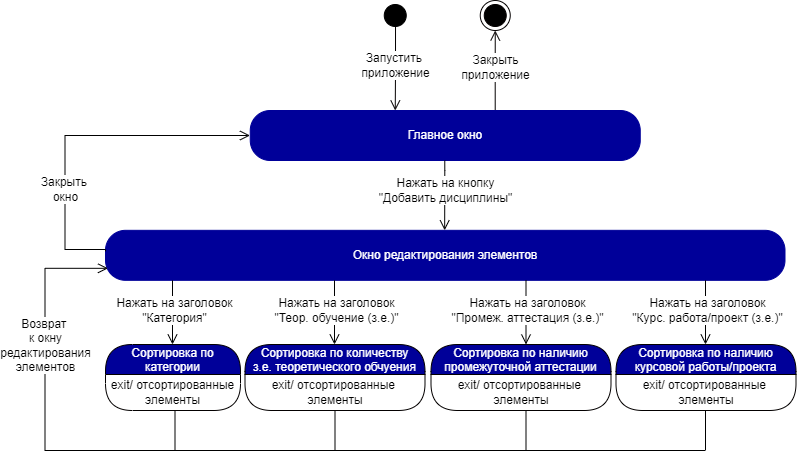
Earlier version of the draw.io export SM_Bloks/Edit_element/Sort/State_machine_edit_element_sort_2.drawio.png (iCosmos76/Curriculum-Designer). Source tidied: cells renumbered, new cells last; positions are measured from the earlier drawing's top-left corner, leaving out a move shared by most shapes. Source of this version:
```xml
<mxGraphModel>
  <root>
    <mxCell id="0" />
    <mxCell id="1" parent="0" />
    <mxCell id="2" style="ellipse;html=1;shape=startState;fillColor=#000000;strokeColor=#000000;fontColor=#000099;" parent="1" vertex="1">
      <mxGeometry x="334.8" width="30" height="30" as="geometry" />
    </mxCell>
    <mxCell id="3" value="&lt;font style=&quot;font-size: 12px&quot;&gt;Запустить &lt;br&gt;приложение&lt;/font&gt;" style="edgeStyle=orthogonalEdgeStyle;html=1;verticalAlign=bottom;endArrow=open;endSize=8;strokeColor=#030000;rounded=0;exitX=0.509;exitY=0.876;exitDx=0;exitDy=0;exitPerimeter=0;spacingBottom=-14;fontSize=10;" parent="1" edge="1" source="2">
      <mxGeometry relative="1" as="geometry">
        <mxPoint x="349.8" y="110" as="targetPoint" />
      </mxGeometry>
    </mxCell>
    <mxCell id="4" value="&lt;font style=&quot;font-size: 12px&quot;&gt;Закрыть&lt;br&gt;приложение&lt;/font&gt;" style="edgeStyle=orthogonalEdgeStyle;html=1;verticalAlign=bottom;endArrow=open;endSize=8;strokeColor=#030000;rounded=0;spacingBottom=-14;fontSize=10;entryX=0.5;entryY=1;entryDx=0;entryDy=0;exitX=0.781;exitY=0;exitDx=0;exitDy=0;exitPerimeter=0;" parent="1" edge="1" target="5">
      <mxGeometry relative="1" as="geometry">
        <mxPoint x="449.7" y="110" as="sourcePoint" />
        <Array as="points">
          <mxPoint x="449.8" y="70" />
          <mxPoint x="449.8" y="70" />
        </Array>
      </mxGeometry>
    </mxCell>
    <mxCell id="5" style="ellipse;html=1;shape=endState;fillColor=#000000;strokeColor=#030000;" parent="1" vertex="1">
      <mxGeometry x="434.8" width="30" height="30" as="geometry" />
    </mxCell>
    <mxCell id="6" value="Главное окно" style="rounded=1;whiteSpace=wrap;html=1;arcSize=40;fontColor=#FFFFFF;fillColor=#000099;strokeColor=#000099;" parent="1" vertex="1">
      <mxGeometry x="204.8" y="110" width="390" height="50" as="geometry" />
    </mxCell>
    <mxCell id="7" style="edgeStyle=orthogonalEdgeStyle;html=1;verticalAlign=bottom;endArrow=open;endSize=8;strokeColor=#000000;rounded=0;fontSize=10;exitX=0.097;exitY=1.006;exitDx=0;exitDy=0;exitPerimeter=0;entryX=0.154;entryY=0;entryDx=0;entryDy=0;entryPerimeter=0;" parent="1" edge="1">
      <mxGeometry relative="1" as="geometry">
        <mxPoint x="399.3" y="160.1" as="sourcePoint" />
        <mxPoint x="399.2" y="229.8" as="targetPoint" />
        <Array as="points">
          <mxPoint x="399.1" y="169.8" />
        </Array>
      </mxGeometry>
    </mxCell>
    <mxCell id="8" value="Нажать на кнопку&lt;br&gt;&quot;Добавить дисциплины&quot;" style="edgeLabel;html=1;align=center;verticalAlign=middle;fontSize=12;" parent="7" vertex="1">
      <mxGeometry x="-0.25" y="2" relative="1" as="geometry">
        <mxPoint x="-2" y="3" as="offset" />
      </mxGeometry>
    </mxCell>
    <mxCell id="9" value="Окно редактирования элементов" style="rounded=1;whiteSpace=wrap;html=1;arcSize=40;fontColor=#FFFFFF;fillColor=#000099;strokeColor=#000099;" parent="1" vertex="1">
      <mxGeometry x="60" y="229.8" width="679.5" height="50" as="geometry" />
    </mxCell>
    <mxCell id="10" style="edgeStyle=orthogonalEdgeStyle;html=1;verticalAlign=bottom;endArrow=open;endSize=8;strokeColor=#000000;rounded=0;fontSize=10;exitX=0.5;exitY=1;exitDx=0;exitDy=0;" parent="1" edge="1">
      <mxGeometry relative="1" as="geometry">
        <mxPoint x="145" y="410" as="sourcePoint" />
        <mxPoint x="62.5" y="267.8" as="targetPoint" />
        <Array as="points">
          <mxPoint x="129.5" y="410" />
          <mxPoint x="129.5" y="450" />
          <mxPoint x="-0.5" y="450" />
          <mxPoint x="-0.5" y="268" />
        </Array>
      </mxGeometry>
    </mxCell>
    <mxCell id="11" value="Возврат &lt;br&gt;к окну&lt;br&gt;редактирования&lt;br&gt;элементов" style="edgeLabel;html=1;align=center;verticalAlign=middle;fontSize=12;" parent="10" vertex="1">
      <mxGeometry x="-0.25" y="2" relative="1" as="geometry">
        <mxPoint x="-25" y="-108" as="offset" />
      </mxGeometry>
    </mxCell>
    <mxCell id="12" style="edgeStyle=orthogonalEdgeStyle;html=1;verticalAlign=bottom;endArrow=open;endSize=8;strokeColor=#000000;rounded=0;fontSize=10;exitX=0;exitY=0.42;exitDx=0;exitDy=0;exitPerimeter=0;" parent="1" edge="1" source="9">
      <mxGeometry relative="1" as="geometry">
        <mxPoint x="204.5" y="135" as="targetPoint" />
        <Array as="points">
          <mxPoint x="60.5" y="249" />
          <mxPoint x="19.5" y="249" />
          <mxPoint x="19.5" y="135" />
          <mxPoint x="204.5" y="135" />
        </Array>
      </mxGeometry>
    </mxCell>
    <mxCell id="13" value="Закрыть &lt;br&gt;окно" style="edgeLabel;html=1;align=center;verticalAlign=middle;fontSize=12;" parent="12" vertex="1">
      <mxGeometry x="-0.36" y="-2" relative="1" as="geometry">
        <mxPoint x="-2" y="6" as="offset" />
      </mxGeometry>
    </mxCell>
    <mxCell id="14" style="endArrow=none;html=1;rounded=0;" parent="1" edge="1">
      <mxGeometry relative="1" as="geometry">
        <mxPoint x="89.5" y="450" as="sourcePoint" />
        <mxPoint x="659.5" y="450" as="targetPoint" />
      </mxGeometry>
    </mxCell>
    <mxCell id="15" style="endArrow=none;html=1;rounded=0;entryX=0.5;entryY=1;entryDx=0;entryDy=0;" parent="1" edge="1" target="22">
      <mxGeometry relative="1" as="geometry">
        <mxPoint x="289.5" y="450" as="sourcePoint" />
      </mxGeometry>
    </mxCell>
    <mxCell id="16" style="endArrow=none;html=1;rounded=0;entryX=0.5;entryY=1;entryDx=0;entryDy=0;" parent="1" edge="1">
      <mxGeometry relative="1" as="geometry">
        <mxPoint x="480.5" y="450" as="sourcePoint" />
        <mxPoint x="480.5" y="410" as="targetPoint" />
      </mxGeometry>
    </mxCell>
    <mxCell id="17" value="Сортировка по &#10;категории" style="swimlane;fontStyle=0;align=center;verticalAlign=middle;horizontal=1;startSize=30;fontColor=#FFFFFF;rounded=1;arcSize=30;strokeColor=#030000;fillColor=#000099;swimlaneFillColor=#FFFFFF;fontSize=12;" parent="1" vertex="1">
      <mxGeometry x="60" y="344" width="135" height="66" as="geometry" />
    </mxCell>
    <mxCell id="18" value="exit/ отсортированные &lt;br&gt;элементы" style="text;html=1;strokeColor=none;fillColor=none;align=center;verticalAlign=middle;spacingLeft=4;spacingRight=4;whiteSpace=wrap;overflow=hidden;fontColor=#000000;fontSize=12;" parent="17" vertex="1">
      <mxGeometry y="30" width="135" height="36" as="geometry" />
    </mxCell>
    <mxCell id="19" style="edgeStyle=orthogonalEdgeStyle;html=1;verticalAlign=bottom;endArrow=open;endSize=8;strokeColor=#000000;rounded=0;fontSize=10;exitX=0.477;exitY=1.04;exitDx=0;exitDy=0;exitPerimeter=0;" parent="1" edge="1">
      <mxGeometry relative="1" as="geometry">
        <mxPoint x="127" y="279.8" as="sourcePoint" />
        <mxPoint x="127" y="344" as="targetPoint" />
        <Array as="points">
          <mxPoint x="126.8" y="343.8" />
        </Array>
      </mxGeometry>
    </mxCell>
    <mxCell id="20" value="Нажать на заголовок&lt;br&gt;&quot;Категория&quot;" style="edgeLabel;html=1;align=center;verticalAlign=middle;fontSize=12;" parent="19" vertex="1">
      <mxGeometry x="-0.25" y="2" relative="1" as="geometry">
        <mxPoint x="-1" y="6" as="offset" />
      </mxGeometry>
    </mxCell>
    <mxCell id="21" value="Сортировка по количеству &#10;з.е. теоретического обчуения" style="swimlane;fontStyle=0;align=center;verticalAlign=middle;horizontal=1;startSize=30;fontColor=#FFFFFF;rounded=1;arcSize=30;strokeColor=#030000;fillColor=#000099;swimlaneFillColor=#FFFFFF;fontSize=12;" parent="1" vertex="1">
      <mxGeometry x="199.5" y="344" width="180" height="66" as="geometry" />
    </mxCell>
    <mxCell id="22" value="exit/ отсортированные &lt;br&gt;элементы" style="text;html=1;strokeColor=none;fillColor=none;align=center;verticalAlign=middle;spacingLeft=4;spacingRight=4;whiteSpace=wrap;overflow=hidden;fontColor=#000000;fontSize=12;" parent="21" vertex="1">
      <mxGeometry y="30" width="180" height="36" as="geometry" />
    </mxCell>
    <mxCell id="23" style="edgeStyle=orthogonalEdgeStyle;html=1;verticalAlign=bottom;endArrow=open;endSize=8;strokeColor=#000000;rounded=0;fontSize=10;exitX=0.477;exitY=1.04;exitDx=0;exitDy=0;exitPerimeter=0;" parent="1" edge="1">
      <mxGeometry relative="1" as="geometry">
        <mxPoint x="289" y="279.8" as="sourcePoint" />
        <mxPoint x="289" y="344" as="targetPoint" />
        <Array as="points">
          <mxPoint x="288.8" y="343.8" />
        </Array>
      </mxGeometry>
    </mxCell>
    <mxCell id="24" value="Нажать на заголовок&lt;br&gt;&quot;Теор. обучение (з.е.)&quot;" style="edgeLabel;html=1;align=center;verticalAlign=middle;fontSize=12;" parent="23" vertex="1">
      <mxGeometry x="-0.25" y="2" relative="1" as="geometry">
        <mxPoint x="-1" y="6" as="offset" />
      </mxGeometry>
    </mxCell>
    <mxCell id="25" value="Сортировка по наличию &#10;промежуточной аттестации" style="swimlane;fontStyle=0;align=center;verticalAlign=middle;horizontal=1;startSize=30;fontColor=#FFFFFF;rounded=1;arcSize=30;strokeColor=#030000;fillColor=#000099;swimlaneFillColor=#FFFFFF;fontSize=12;" parent="1" vertex="1">
      <mxGeometry x="385.5" y="344" width="180" height="66" as="geometry" />
    </mxCell>
    <mxCell id="26" value="exit/ отсортированные &lt;br&gt;элементы" style="text;html=1;strokeColor=none;fillColor=none;align=center;verticalAlign=middle;spacingLeft=4;spacingRight=4;whiteSpace=wrap;overflow=hidden;fontColor=#000000;fontSize=12;" parent="25" vertex="1">
      <mxGeometry y="30" width="180" height="36" as="geometry" />
    </mxCell>
    <mxCell id="27" style="edgeStyle=orthogonalEdgeStyle;html=1;verticalAlign=bottom;endArrow=open;endSize=8;strokeColor=#000000;rounded=0;fontSize=10;exitX=0.477;exitY=1.04;exitDx=0;exitDy=0;exitPerimeter=0;" parent="1" edge="1">
      <mxGeometry relative="1" as="geometry">
        <mxPoint x="480.5" y="279.8" as="sourcePoint" />
        <mxPoint x="480.5" y="344" as="targetPoint" />
        <Array as="points">
          <mxPoint x="480.3" y="343.8" />
        </Array>
      </mxGeometry>
    </mxCell>
    <mxCell id="28" value="Нажать на заголовок&lt;br&gt;&quot;Промеж. аттестация (з.е.)&quot;" style="edgeLabel;html=1;align=center;verticalAlign=middle;fontSize=12;" parent="27" vertex="1">
      <mxGeometry x="-0.25" y="2" relative="1" as="geometry">
        <mxPoint x="-1" y="6" as="offset" />
      </mxGeometry>
    </mxCell>
    <mxCell id="29" value="Сортировка по наличию &#10;курсовой работы/проекта" style="swimlane;fontStyle=0;align=center;verticalAlign=middle;horizontal=1;startSize=30;fontColor=#FFFFFF;rounded=1;arcSize=30;strokeColor=#030000;fillColor=#000099;swimlaneFillColor=#FFFFFF;fontSize=12;" parent="1" vertex="1">
      <mxGeometry x="570.5" y="344" width="180" height="66" as="geometry" />
    </mxCell>
    <mxCell id="30" value="exit/ отсортированные &lt;br&gt;элементы" style="text;html=1;strokeColor=none;fillColor=none;align=center;verticalAlign=middle;spacingLeft=4;spacingRight=4;whiteSpace=wrap;overflow=hidden;fontColor=#000000;fontSize=12;" parent="29" vertex="1">
      <mxGeometry y="30" width="180" height="36" as="geometry" />
    </mxCell>
    <mxCell id="31" style="edgeStyle=orthogonalEdgeStyle;html=1;verticalAlign=bottom;endArrow=open;endSize=8;strokeColor=#000000;rounded=0;fontSize=10;exitX=0.477;exitY=1.04;exitDx=0;exitDy=0;exitPerimeter=0;" parent="1" edge="1">
      <mxGeometry relative="1" as="geometry">
        <mxPoint x="660" y="279.8" as="sourcePoint" />
        <mxPoint x="660" y="344" as="targetPoint" />
        <Array as="points">
          <mxPoint x="659.8" y="343.8" />
        </Array>
      </mxGeometry>
    </mxCell>
    <mxCell id="32" value="Нажать на заголовок&lt;br&gt;&quot;Курс. работа/проект (з.е.)&quot;" style="edgeLabel;html=1;align=center;verticalAlign=middle;fontSize=12;" parent="31" vertex="1">
      <mxGeometry x="-0.25" y="2" relative="1" as="geometry">
        <mxPoint x="-1" y="6" as="offset" />
      </mxGeometry>
    </mxCell>
    <mxCell id="33" style="endArrow=none;html=1;rounded=0;entryX=0.5;entryY=1;entryDx=0;entryDy=0;" parent="1" edge="1">
      <mxGeometry relative="1" as="geometry">
        <mxPoint x="660" y="450" as="sourcePoint" />
        <mxPoint x="660" y="410" as="targetPoint" />
      </mxGeometry>
    </mxCell>
  </root>
</mxGraphModel>
```
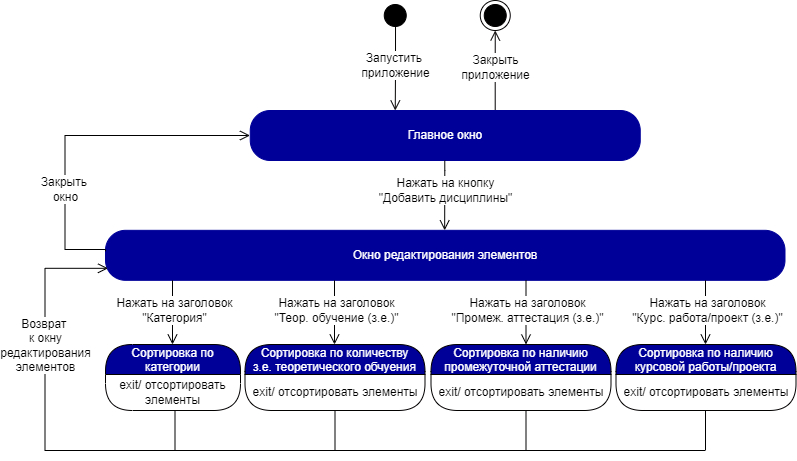
After the commit.

The edit, as a diff of the source:
```diff
@@ -95,7 +95,7 @@
     <mxCell id="17" value="Сортировка по &#10;категории" style="swimlane;fontStyle=0;align=center;verticalAlign=middle;horizontal=1;startSize=30;fontColor=#FFFFFF;rounded=1;arcSize=30;strokeColor=#030000;fillColor=#000099;swimlaneFillColor=#FFFFFF;fontSize=12;" parent="1" vertex="1">
       <mxGeometry x="60" y="344" width="135" height="66" as="geometry" />
     </mxCell>
-    <mxCell id="18" value="exit/ отсортированные &lt;br&gt;элементы" style="text;html=1;strokeColor=none;fillColor=none;align=center;verticalAlign=middle;spacingLeft=4;spacingRight=4;whiteSpace=wrap;overflow=hidden;fontColor=#000000;fontSize=12;" parent="17" vertex="1">
+    <mxCell id="18" value="exit/ отсортировать элементы" style="text;html=1;strokeColor=none;fillColor=none;align=center;verticalAlign=middle;spacingLeft=4;spacingRight=4;whiteSpace=wrap;overflow=hidden;fontColor=#000000;fontSize=12;" parent="17" vertex="1">
       <mxGeometry y="30" width="135" height="36" as="geometry" />
     </mxCell>
     <mxCell id="19" style="edgeStyle=orthogonalEdgeStyle;html=1;verticalAlign=bottom;endArrow=open;endSize=8;strokeColor=#000000;rounded=0;fontSize=10;exitX=0.477;exitY=1.04;exitDx=0;exitDy=0;exitPerimeter=0;" parent="1" edge="1">
@@ -115,7 +115,7 @@
     <mxCell id="21" value="Сортировка по количеству &#10;з.е. теоретического обчуения" style="swimlane;fontStyle=0;align=center;verticalAlign=middle;horizontal=1;startSize=30;fontColor=#FFFFFF;rounded=1;arcSize=30;strokeColor=#030000;fillColor=#000099;swimlaneFillColor=#FFFFFF;fontSize=12;" parent="1" vertex="1">
       <mxGeometry x="199.5" y="344" width="180" height="66" as="geometry" />
     </mxCell>
-    <mxCell id="22" value="exit/ отсортированные &lt;br&gt;элементы" style="text;html=1;strokeColor=none;fillColor=none;align=center;verticalAlign=middle;spacingLeft=4;spacingRight=4;whiteSpace=wrap;overflow=hidden;fontColor=#000000;fontSize=12;" parent="21" vertex="1">
+    <mxCell id="22" value="exit/ отсортировать элементы" style="text;html=1;strokeColor=none;fillColor=none;align=center;verticalAlign=middle;spacingLeft=4;spacingRight=4;whiteSpace=wrap;overflow=hidden;fontColor=#000000;fontSize=12;" parent="21" vertex="1">
       <mxGeometry y="30" width="180" height="36" as="geometry" />
     </mxCell>
     <mxCell id="23" style="edgeStyle=orthogonalEdgeStyle;html=1;verticalAlign=bottom;endArrow=open;endSize=8;strokeColor=#000000;rounded=0;fontSize=10;exitX=0.477;exitY=1.04;exitDx=0;exitDy=0;exitPerimeter=0;" parent="1" edge="1">
@@ -135,7 +135,7 @@
     <mxCell id="25" value="Сортировка по наличию &#10;промежуточной аттестации" style="swimlane;fontStyle=0;align=center;verticalAlign=middle;horizontal=1;startSize=30;fontColor=#FFFFFF;rounded=1;arcSize=30;strokeColor=#030000;fillColor=#000099;swimlaneFillColor=#FFFFFF;fontSize=12;" parent="1" vertex="1">
       <mxGeometry x="385.5" y="344" width="180" height="66" as="geometry" />
     </mxCell>
-    <mxCell id="26" value="exit/ отсортированные &lt;br&gt;элементы" style="text;html=1;strokeColor=none;fillColor=none;align=center;verticalAlign=middle;spacingLeft=4;spacingRight=4;whiteSpace=wrap;overflow=hidden;fontColor=#000000;fontSize=12;" parent="25" vertex="1">
+    <mxCell id="26" value="exit/ отсортировать элементы" style="text;html=1;strokeColor=none;fillColor=none;align=center;verticalAlign=middle;spacingLeft=4;spacingRight=4;whiteSpace=wrap;overflow=hidden;fontColor=#000000;fontSize=12;" parent="25" vertex="1">
       <mxGeometry y="30" width="180" height="36" as="geometry" />
     </mxCell>
     <mxCell id="27" style="edgeStyle=orthogonalEdgeStyle;html=1;verticalAlign=bottom;endArrow=open;endSize=8;strokeColor=#000000;rounded=0;fontSize=10;exitX=0.477;exitY=1.04;exitDx=0;exitDy=0;exitPerimeter=0;" parent="1" edge="1">
@@ -155,7 +155,7 @@
     <mxCell id="29" value="Сортировка по наличию &#10;курсовой работы/проекта" style="swimlane;fontStyle=0;align=center;verticalAlign=middle;horizontal=1;startSize=30;fontColor=#FFFFFF;rounded=1;arcSize=30;strokeColor=#030000;fillColor=#000099;swimlaneFillColor=#FFFFFF;fontSize=12;" parent="1" vertex="1">
       <mxGeometry x="570.5" y="344" width="180" height="66" as="geometry" />
     </mxCell>
-    <mxCell id="30" value="exit/ отсортированные &lt;br&gt;элементы" style="text;html=1;strokeColor=none;fillColor=none;align=center;verticalAlign=middle;spacingLeft=4;spacingRight=4;whiteSpace=wrap;overflow=hidden;fontColor=#000000;fontSize=12;" parent="29" vertex="1">
+    <mxCell id="30" value="exit/ отсортировать элементы" style="text;html=1;strokeColor=none;fillColor=none;align=center;verticalAlign=middle;spacingLeft=4;spacingRight=4;whiteSpace=wrap;overflow=hidden;fontColor=#000000;fontSize=12;" parent="29" vertex="1">
       <mxGeometry y="30" width="180" height="36" as="geometry" />
     </mxCell>
     <mxCell id="31" style="edgeStyle=orthogonalEdgeStyle;html=1;verticalAlign=bottom;endArrow=open;endSize=8;strokeColor=#000000;rounded=0;fontSize=10;exitX=0.477;exitY=1.04;exitDx=0;exitDy=0;exitPerimeter=0;" parent="1" edge="1">
```
